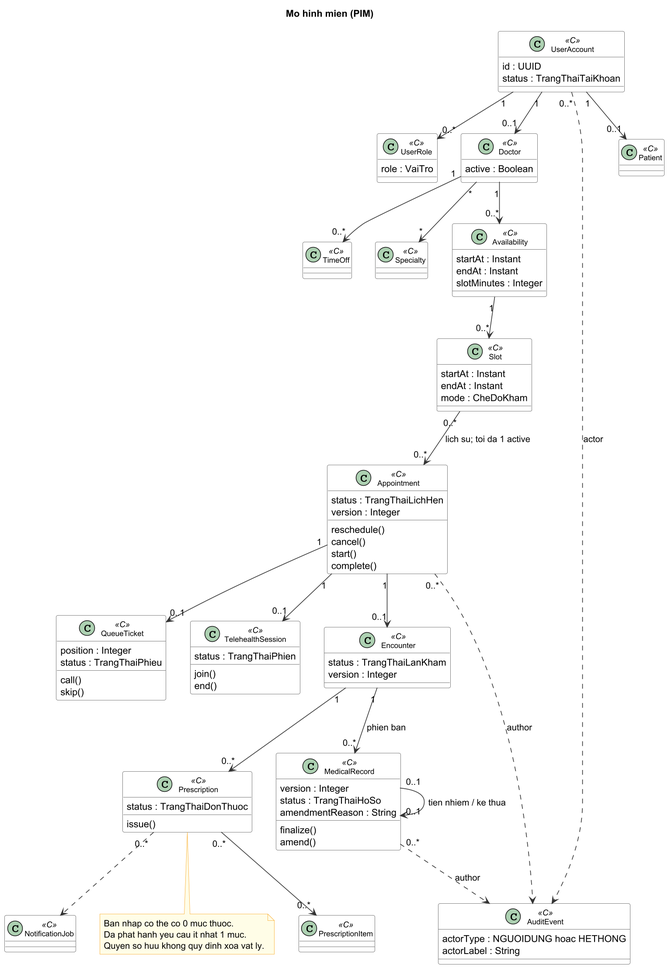
The PlantUML diagram docs/design/class-diagram/class-diagram.png in Samie32/SE-project, before a commit. Its diagram source:
```plantuml
@startuml class-diagram
skinparam class {
  BackgroundColor White
  BorderColor #555
  ArrowColor #333
  FontName Arial
  FontSize 11
}
skinparam noteBackgroundColor #FFFDE7
skinparam noteBorderColor #F9A825
skinparam shadowing false
skinparam dpi 150
title Mo hinh mien (PIM)

class UserAccount <<C>> {
  id : UUID
  status : TrangThaiTaiKhoan
}

class UserRole <<C>> {
  role : VaiTro
}

class Doctor <<C>> {
  active : Boolean
}

class AuditEvent <<C>> {
  actorType : NGUOIDUNG hoac HETHONG
  actorLabel : String
}

class Patient <<C>> {
}

class Availability <<C>> {
  startAt : Instant
  endAt : Instant
  slotMinutes : Integer
}

class TimeOff <<C>> {
}

class Specialty <<C>> {
}

class Slot <<C>> {
  startAt : Instant
  endAt : Instant
  mode : CheDoKham
}

class Appointment <<C>> {
  status : TrangThaiLichHen
  version : Integer
  reschedule()
  cancel()
  start()
  complete()
}

class QueueTicket <<C>> {
  position : Integer
  status : TrangThaiPhieu
  call()
  skip()
}

class TelehealthSession <<C>> {
  status : TrangThaiPhien
  join()
  end()
}

class Encounter <<C>> {
  status : TrangThaiLanKham
  version : Integer
}

class MedicalRecord <<C>> {
  version : Integer
  status : TrangThaiHoSo
  amendmentReason : String
  finalize()
  amend()
}

class Prescription <<C>> {
  status : TrangThaiDonThuoc
  issue()
}

class PrescriptionItem <<C>> {
}

class NotificationJob <<C>> {
}

UserAccount "1" --> "0..*" UserRole
UserAccount "1" --> "0..1" Doctor
UserAccount "1" --> "0..1" Patient
UserAccount "0..*" ..> AuditEvent : actor

Doctor "1" --> "0..*" Availability
Doctor "1" --> "0..*" TimeOff
Doctor "*" --> "*" Specialty

Availability "1" --> "0..*" Slot

Slot "0..*" --> "0..*" Appointment : lich su; toi da 1 active

Appointment "1" --> "0..1" QueueTicket
Appointment "1" --> "0..1" TelehealthSession
Appointment "1" --> "0..1" Encounter

Encounter "1" --> "0..*" MedicalRecord : phien ban

MedicalRecord "0..1" --> "0..1" MedicalRecord : tien nhiem / ke thua

Encounter "1" --> "0..*" Prescription

Prescription "0..*" --> "0..*" PrescriptionItem
Prescription "0..*" ..> NotificationJob

Appointment "0..*" ..> AuditEvent : author
MedicalRecord "0..*" ..> AuditEvent : author

note bottom of Prescription
  Ban nhap co the co 0 muc thuoc.
  Da phat hanh yeu cau it nhat 1 muc.
  Quyen so huu khong quy dinh xoa vat ly.
end note

@enduml
```
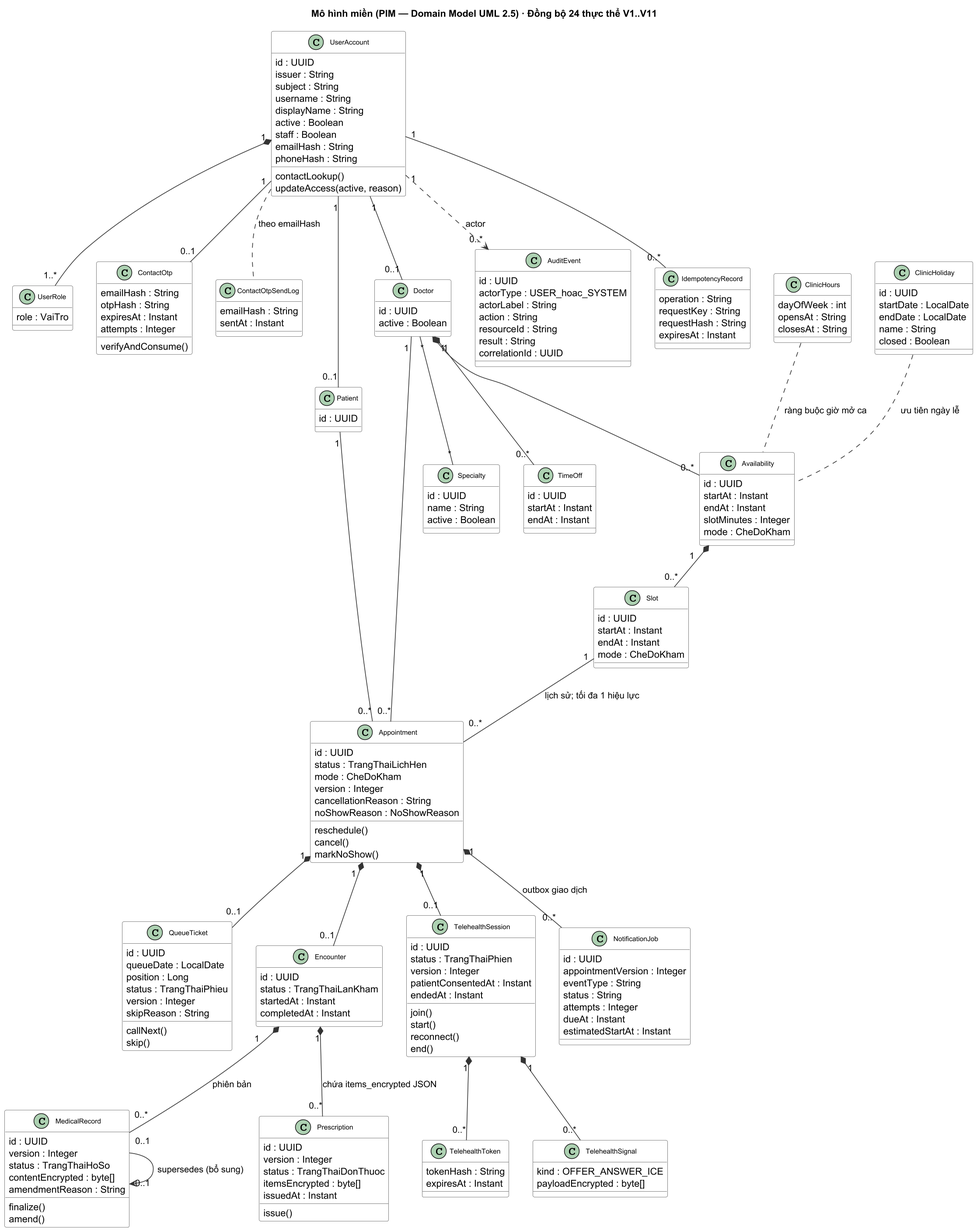
After the change.

Change to the diagram source:
```diff
@@ -4,132 +4,222 @@
   BorderColor #555
   ArrowColor #333
   FontName Arial
-  FontSize 11
+  FontSize 10
 }
 skinparam noteBackgroundColor #FFFDE7
 skinparam noteBorderColor #F9A825
 skinparam shadowing false
 skinparam dpi 150
-title Mo hinh mien (PIM)
+title Mô hình miền (PIM — Domain Model UML 2.5) · Đồng bộ 24 thực thể V1..V11
 
-class UserAccount <<C>> {
+class UserAccount {
   id : UUID
-  status : TrangThaiTaiKhoan
+  issuer : String
+  subject : String
+  username : String
+  displayName : String
+  active : Boolean
+  staff : Boolean
+  emailHash : String
+  phoneHash : String
+  contactLookup()
+  updateAccess(active, reason)
 }
 
-class UserRole <<C>> {
+class UserRole {
   role : VaiTro
 }
 
-class Doctor <<C>> {
+class ContactOtp {
+  emailHash : String
+  otpHash : String
+  expiresAt : Instant
+  attempts : Integer
+  verifyAndConsume()
+}
+
+class ContactOtpSendLog {
+  emailHash : String
+  sentAt : Instant
+}
+
+class Patient {
+  id : UUID
+}
+
+class Doctor {
+  id : UUID
   active : Boolean
 }
 
-class AuditEvent <<C>> {
-  actorType : NGUOIDUNG hoac HETHONG
-  actorLabel : String
+class Specialty {
+  id : UUID
+  name : String
+  active : Boolean
 }
 
-class Patient <<C>> {
+class ClinicHours {
+  dayOfWeek : int
+  opensAt : String
+  closesAt : String
 }
 
-class Availability <<C>> {
+class ClinicHoliday {
+  id : UUID
+  startDate : LocalDate
+  endDate : LocalDate
+  name : String
+  closed : Boolean
+}
+
+class Availability {
+  id : UUID
   startAt : Instant
   endAt : Instant
   slotMinutes : Integer
+  mode : CheDoKham
 }
 
-class TimeOff <<C>> {
+class TimeOff {
+  id : UUID
+  startAt : Instant
+  endAt : Instant
 }
 
-class Specialty <<C>> {
-}
-
-class Slot <<C>> {
+class Slot {
+  id : UUID
   startAt : Instant
   endAt : Instant
   mode : CheDoKham
 }
 
-class Appointment <<C>> {
+class Appointment {
+  id : UUID
   status : TrangThaiLichHen
+  mode : CheDoKham
   version : Integer
+  cancellationReason : String
+  noShowReason : NoShowReason
   reschedule()
   cancel()
-  start()
-  complete()
+  markNoShow()
 }
 
-class QueueTicket <<C>> {
-  position : Integer
+class QueueTicket {
+  id : UUID
+  queueDate : LocalDate
+  position : Long
   status : TrangThaiPhieu
-  call()
+  version : Integer
+  skipReason : String
+  callNext()
   skip()
 }
 
-class TelehealthSession <<C>> {
-  status : TrangThaiPhien
-  join()
-  end()
+class Encounter {
+  id : UUID
+  status : TrangThaiLanKham
+  startedAt : Instant
+  completedAt : Instant
 }
 
-class Encounter <<C>> {
-  status : TrangThaiLanKham
-  version : Integer
-}
-
-class MedicalRecord <<C>> {
+class MedicalRecord {
+  id : UUID
   version : Integer
   status : TrangThaiHoSo
+  contentEncrypted : byte[]
   amendmentReason : String
   finalize()
   amend()
 }
 
-class Prescription <<C>> {
+class Prescription {
+  id : UUID
+  version : Integer
   status : TrangThaiDonThuoc
+  itemsEncrypted : byte[]
+  issuedAt : Instant
   issue()
 }
 
-class PrescriptionItem <<C>> {
+class TelehealthSession {
+  id : UUID
+  status : TrangThaiPhien
+  version : Integer
+  patientConsentedAt : Instant
+  endedAt : Instant
+  join()
+  start()
+  reconnect()
+  end()
 }
 
-class NotificationJob <<C>> {
+class TelehealthToken {
+  tokenHash : String
+  expiresAt : Instant
 }
 
-UserAccount "1" --> "0..*" UserRole
-UserAccount "1" --> "0..1" Doctor
-UserAccount "1" --> "0..1" Patient
-UserAccount "0..*" ..> AuditEvent : actor
+class TelehealthSignal {
+  kind : OFFER_ANSWER_ICE
+  payloadEncrypted : byte[]
+}
 
-Doctor "1" --> "0..*" Availability
-Doctor "1" --> "0..*" TimeOff
-Doctor "*" --> "*" Specialty
+class NotificationJob {
+  id : UUID
+  appointmentVersion : Integer
+  eventType : String
+  status : String
+  attempts : Integer
+  dueAt : Instant
+  estimatedStartAt : Instant
+}
 
-Availability "1" --> "0..*" Slot
+class AuditEvent {
+  id : UUID
+  actorType : USER_hoac_SYSTEM
+  actorLabel : String
+  action : String
+  resourceId : String
+  result : String
+  correlationId : UUID
+}
 
-Slot "0..*" --> "0..*" Appointment : lich su; toi da 1 active
+class IdempotencyRecord {
+  operation : String
+  requestKey : String
+  requestHash : String
+  expiresAt : Instant
+}
 
-Appointment "1" --> "0..1" QueueTicket
-Appointment "1" --> "0..1" TelehealthSession
-Appointment "1" --> "0..1" Encounter
+UserAccount "1" *-- "1..*" UserRole
+UserAccount "1" -- "0..1" ContactOtp
+UserAccount "1" -- "0..1" Doctor
+UserAccount "1" -- "0..1" Patient
+UserAccount "1" ..> "0..*" AuditEvent : actor
+UserAccount "1" -- "0..*" IdempotencyRecord
+UserAccount .. ContactOtpSendLog : theo emailHash
 
-Encounter "1" --> "0..*" MedicalRecord : phien ban
+Doctor "*" -- "*" Specialty
+Doctor "1" *-- "0..*" Availability
+Doctor "1" *-- "0..*" TimeOff
+ClinicHours .. Availability : ràng buộc giờ mở ca
+ClinicHoliday .. Availability : ưu tiên ngày lễ
 
-MedicalRecord "0..1" --> "0..1" MedicalRecord : tien nhiem / ke thua
+Availability "1" *-- "0..*" Slot
+Slot "1" -- "0..*" Appointment : lịch sử; tối đa 1 hiệu lực
+Doctor "1" -- "0..*" Appointment
+Patient "1" -- "0..*" Appointment
 
-Encounter "1" --> "0..*" Prescription
+Appointment "1" *-- "0..1" QueueTicket
+Appointment "1" *-- "0..1" Encounter
+Appointment "1" *-- "0..1" TelehealthSession
+Appointment "1" *-- "0..*" NotificationJob : outbox giao dịch
 
-Prescription "0..*" --> "0..*" PrescriptionItem
-Prescription "0..*" ..> NotificationJob
+Encounter "1" *-- "0..*" MedicalRecord : phiên bản
+MedicalRecord "0..1" --> "0..1" MedicalRecord : supersedes (bổ sung)
+Encounter "1" *-- "0..*" Prescription : chứa items_encrypted JSON
 
-Appointment "0..*" ..> AuditEvent : author
-MedicalRecord "0..*" ..> AuditEvent : author
-
-note bottom of Prescription
-  Ban nhap co the co 0 muc thuoc.
-  Da phat hanh yeu cau it nhat 1 muc.
-  Quyen so huu khong quy dinh xoa vat ly.
-end note
+TelehealthSession "1" *-- "0..*" TelehealthToken
+TelehealthSession "1" *-- "0..*" TelehealthSignal
 
 @enduml
```
